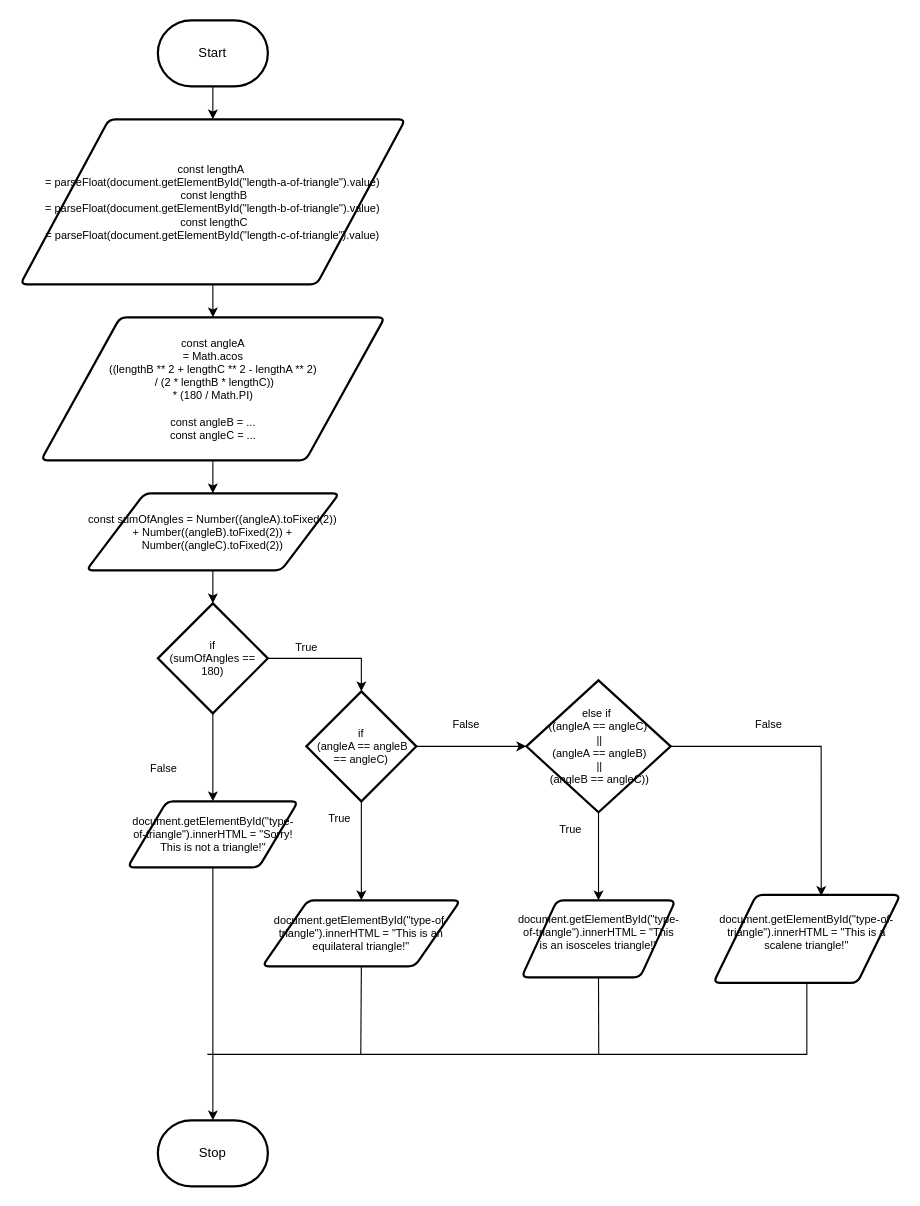
The draw.io diagram design/flowchart.drawio in MTHS-ICD2O-1-2023/ICD2O-Unit-5-05-Julianne-Leblanc-Peltier, before the edit. Source tidied: cells renumbered, new cells numbered last; positions are measured from the earlier drawing's top-left corner, leaving out a move shared by most shapes. Both pictures are drawn from the tidied source at 110%, with x=0, y=0 at pixel (20, 20).
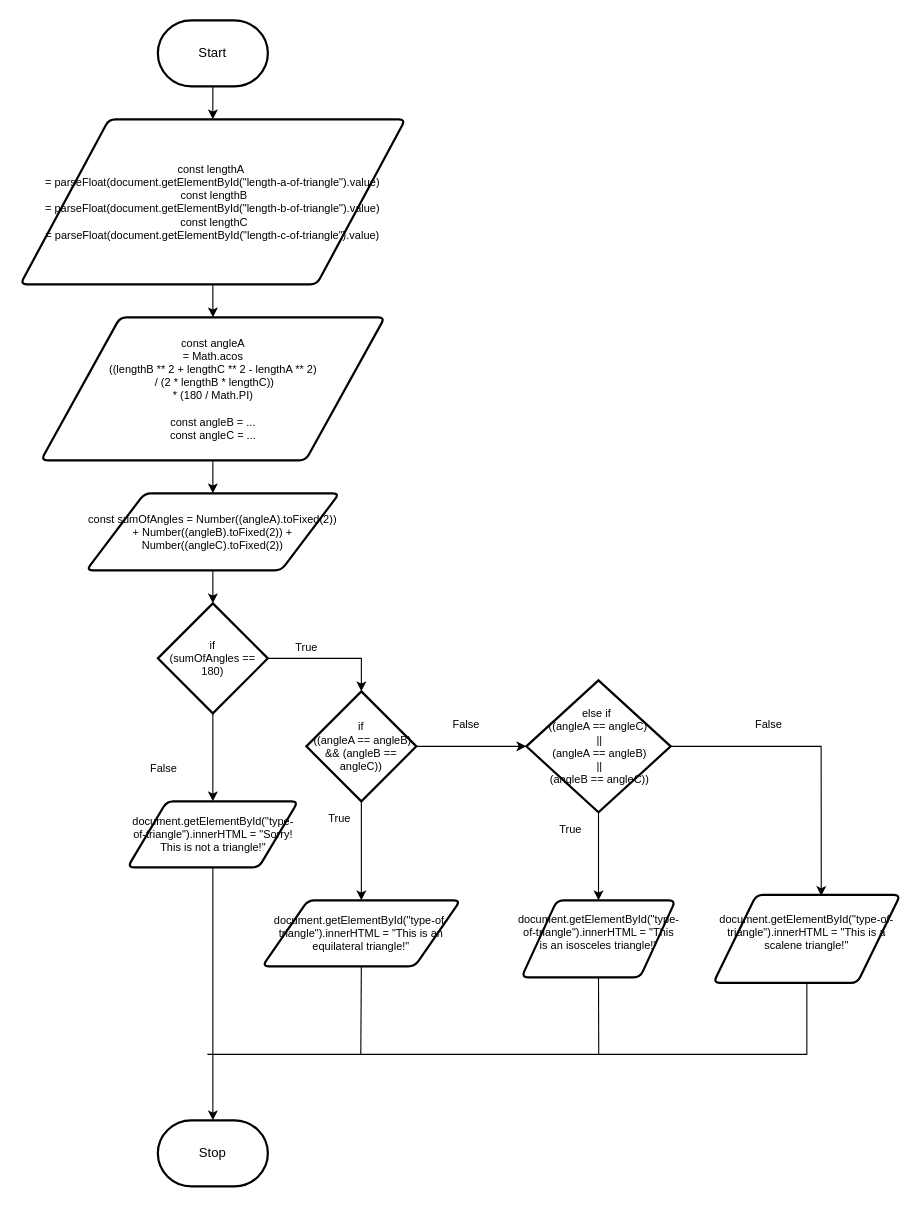
The same diagram, later.

Commit message (it also covers changes not shown here):
storyboard + flowchart fix

What changed in the source:
```diff
@@
-    <mxCell id="21" value="if&lt;br&gt;&amp;nbsp;(angleA == angleB == angleC)" style="strokeWidth=2;html=1;shape=mxgraph.flowchart.decision;whiteSpace=wrap;fontSize=10;" parent="1" vertex="1">
+    <mxCell id="21" value="if&lt;br&gt;&amp;nbsp;((angleA == angleB) &amp;amp;&amp;amp; (angleB == angleC))" style="strokeWidth=2;html=1;shape=mxgraph.flowchart.decision;whiteSpace=wrap;fontSize=10;" parent="1" vertex="1">
       <mxGeometry x="260" y="610" width="100" height="100" as="geometry" />
     </mxCell>
```
